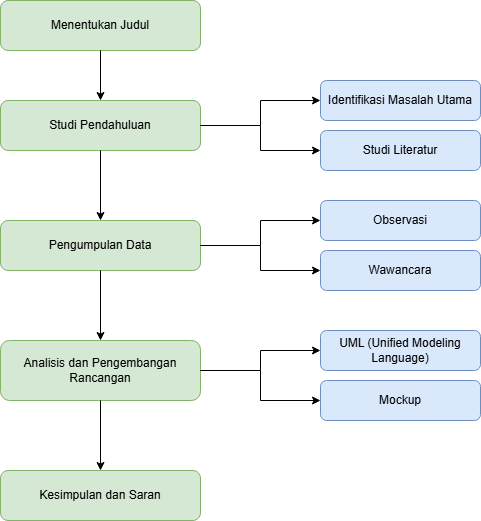
This is diagramflowchart.drawio.png from Mrmgnt/diagram-kp, a draw.io export, as it was before one commit. Source tidied: cells renumbered, new cells last; positions are measured from the earlier drawing's top-left corner, leaving out a move shared by most shapes. The source it was exported from:
```xml
<mxGraphModel>
  <root>
    <mxCell id="0" />
    <mxCell id="1" parent="0" />
    <mxCell id="2" value="Menentukan Judul" style="rounded=1;whiteSpace=wrap;html=1;fillColor=#d5e8d4;strokeColor=#82b366;" parent="1" vertex="1">
      <mxGeometry width="200" height="50" as="geometry" />
    </mxCell>
    <mxCell id="3" value="Studi Pendahuluan" style="rounded=1;whiteSpace=wrap;html=1;fillColor=#d5e8d4;strokeColor=#82b366;" parent="1" vertex="1">
      <mxGeometry y="100" width="200" height="50" as="geometry" />
    </mxCell>
    <mxCell id="4" value="Pengumpulan Data" style="rounded=1;whiteSpace=wrap;html=1;fillColor=#d5e8d4;strokeColor=#82b366;" parent="1" vertex="1">
      <mxGeometry y="220" width="200" height="50" as="geometry" />
    </mxCell>
    <mxCell id="5" value="Analisis dan Pengembangan Rancangan" style="rounded=1;whiteSpace=wrap;html=1;fillColor=#d5e8d4;strokeColor=#82b366;" parent="1" vertex="1">
      <mxGeometry y="340" width="200" height="60" as="geometry" />
    </mxCell>
    <mxCell id="6" value="Kesimpulan dan Saran" style="rounded=1;whiteSpace=wrap;html=1;fillColor=#d5e8d4;strokeColor=#82b366;" parent="1" vertex="1">
      <mxGeometry y="470" width="200" height="50" as="geometry" />
    </mxCell>
    <mxCell id="7" value="Identifikasi Masalah Utama" style="rounded=1;whiteSpace=wrap;html=1;fillColor=#dae8fc;strokeColor=#6c8ebf;" parent="1" vertex="1">
      <mxGeometry x="320" y="80" width="160" height="40" as="geometry" />
    </mxCell>
    <mxCell id="8" value="Studi Literatur" style="rounded=1;whiteSpace=wrap;html=1;fillColor=#dae8fc;strokeColor=#6c8ebf;" parent="1" vertex="1">
      <mxGeometry x="320" y="130" width="160" height="40" as="geometry" />
    </mxCell>
    <mxCell id="9" value="Observasi" style="rounded=1;whiteSpace=wrap;html=1;fillColor=#dae8fc;strokeColor=#6c8ebf;" parent="1" vertex="1">
      <mxGeometry x="320" y="200" width="160" height="40" as="geometry" />
    </mxCell>
    <mxCell id="10" value="Wawancara" style="rounded=1;whiteSpace=wrap;html=1;fillColor=#dae8fc;strokeColor=#6c8ebf;" parent="1" vertex="1">
      <mxGeometry x="320" y="250" width="160" height="40" as="geometry" />
    </mxCell>
    <mxCell id="11" value="UML (Unified Modeling Language)" style="rounded=1;whiteSpace=wrap;html=1;fillColor=#dae8fc;strokeColor=#6c8ebf;" parent="1" vertex="1">
      <mxGeometry x="320" y="330" width="160" height="40" as="geometry" />
    </mxCell>
    <mxCell id="12" value="Mockup" style="rounded=1;whiteSpace=wrap;html=1;fillColor=#dae8fc;strokeColor=#6c8ebf;" parent="1" vertex="1">
      <mxGeometry x="320" y="380" width="160" height="40" as="geometry" />
    </mxCell>
    <mxCell id="13" style="edgeStyle=orthogonalEdgeStyle;rounded=0;jettySize=auto;html=1;exitX=0.5;exitY=1;exitDx=0;exitDy=0;entryX=0.5;entryY=0;entryDx=0;entryDy=0;" parent="1" edge="1" source="2" target="3">
      <mxGeometry relative="1" as="geometry" />
    </mxCell>
    <mxCell id="14" style="edgeStyle=orthogonalEdgeStyle;rounded=0;jettySize=auto;html=1;exitX=0.5;exitY=1;exitDx=0;exitDy=0;entryX=0.5;entryY=0;entryDx=0;entryDy=0;" parent="1" edge="1" source="3" target="4">
      <mxGeometry relative="1" as="geometry" />
    </mxCell>
    <mxCell id="15" style="edgeStyle=orthogonalEdgeStyle;rounded=0;jettySize=auto;html=1;exitX=0.5;exitY=1;exitDx=0;exitDy=0;entryX=0.5;entryY=0;entryDx=0;entryDy=0;" parent="1" edge="1" source="4" target="5">
      <mxGeometry relative="1" as="geometry" />
    </mxCell>
    <mxCell id="16" style="edgeStyle=orthogonalEdgeStyle;rounded=0;jettySize=auto;html=1;exitX=0.5;exitY=1;exitDx=0;exitDy=0;entryX=0.5;entryY=0;entryDx=0;entryDy=0;" parent="1" edge="1" source="5" target="6">
      <mxGeometry relative="1" as="geometry" />
    </mxCell>
    <mxCell id="17" style="edgeStyle=orthogonalEdgeStyle;rounded=0;jettySize=auto;html=1;exitX=1;exitY=0.5;exitDx=0;exitDy=0;entryX=0;entryY=0.5;entryDx=0;entryDy=0;" parent="1" edge="1" source="3" target="7">
      <mxGeometry relative="1" as="geometry" />
    </mxCell>
    <mxCell id="18" style="edgeStyle=orthogonalEdgeStyle;rounded=0;jettySize=auto;html=1;exitX=1;exitY=0.5;exitDx=0;exitDy=0;entryX=0;entryY=0.5;entryDx=0;entryDy=0;" parent="1" edge="1" source="3" target="8">
      <mxGeometry relative="1" as="geometry" />
    </mxCell>
    <mxCell id="19" style="edgeStyle=orthogonalEdgeStyle;rounded=0;jettySize=auto;html=1;exitX=1;exitY=0.5;exitDx=0;exitDy=0;entryX=0;entryY=0.5;entryDx=0;entryDy=0;" parent="1" edge="1" source="4" target="9">
      <mxGeometry relative="1" as="geometry" />
    </mxCell>
    <mxCell id="20" style="edgeStyle=orthogonalEdgeStyle;rounded=0;jettySize=auto;html=1;exitX=1;exitY=0.5;exitDx=0;exitDy=0;entryX=0;entryY=0.5;entryDx=0;entryDy=0;" parent="1" edge="1" source="4" target="10">
      <mxGeometry relative="1" as="geometry" />
    </mxCell>
    <mxCell id="21" style="edgeStyle=orthogonalEdgeStyle;rounded=0;jettySize=auto;html=1;exitX=1;exitY=0.5;exitDx=0;exitDy=0;entryX=0;entryY=0.5;entryDx=0;entryDy=0;" parent="1" edge="1" source="5" target="11">
      <mxGeometry relative="1" as="geometry" />
    </mxCell>
    <mxCell id="22" style="edgeStyle=orthogonalEdgeStyle;rounded=0;jettySize=auto;html=1;exitX=1;exitY=0.5;exitDx=0;exitDy=0;entryX=0;entryY=0.5;entryDx=0;entryDy=0;" parent="1" edge="1" source="5" target="12">
      <mxGeometry relative="1" as="geometry" />
    </mxCell>
  </root>
</mxGraphModel>
```
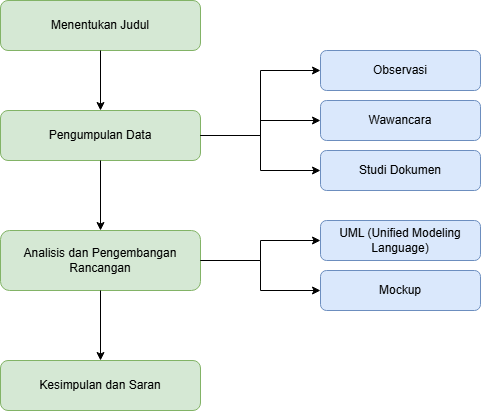
Later version of the same file.

Diff of the diagram source:
```diff
@@ -3,11 +3,8 @@
     <mxCell id="0" />
     <mxCell id="1" parent="0" />
     <mxCell id="2" value="Menentukan Judul" style="rounded=1;whiteSpace=wrap;html=1;fillColor=#d5e8d4;strokeColor=#82b366;" parent="1" vertex="1">
-      <mxGeometry width="200" height="50" as="geometry" />
+      <mxGeometry y="110" width="200" height="50" as="geometry" />
     </mxCell>
-    <mxCell id="3" value="Studi Pendahuluan" style="rounded=1;whiteSpace=wrap;html=1;fillColor=#d5e8d4;strokeColor=#82b366;" parent="1" vertex="1">
-      <mxGeometry y="100" width="200" height="50" as="geometry" />
-    </mxCell>
     <mxCell id="4" value="Pengumpulan Data" style="rounded=1;whiteSpace=wrap;html=1;fillColor=#d5e8d4;strokeColor=#82b366;" parent="1" vertex="1">
       <mxGeometry y="220" width="200" height="50" as="geometry" />
     </mxCell>
@@ -17,17 +14,11 @@
     <mxCell id="6" value="Kesimpulan dan Saran" style="rounded=1;whiteSpace=wrap;html=1;fillColor=#d5e8d4;strokeColor=#82b366;" parent="1" vertex="1">
       <mxGeometry y="470" width="200" height="50" as="geometry" />
     </mxCell>
-    <mxCell id="7" value="Identifikasi Masalah Utama" style="rounded=1;whiteSpace=wrap;html=1;fillColor=#dae8fc;strokeColor=#6c8ebf;" parent="1" vertex="1">
-      <mxGeometry x="320" y="80" width="160" height="40" as="geometry" />
-    </mxCell>
-    <mxCell id="8" value="Studi Literatur" style="rounded=1;whiteSpace=wrap;html=1;fillColor=#dae8fc;strokeColor=#6c8ebf;" parent="1" vertex="1">
-      <mxGeometry x="320" y="130" width="160" height="40" as="geometry" />
-    </mxCell>
     <mxCell id="9" value="Observasi" style="rounded=1;whiteSpace=wrap;html=1;fillColor=#dae8fc;strokeColor=#6c8ebf;" parent="1" vertex="1">
-      <mxGeometry x="320" y="200" width="160" height="40" as="geometry" />
+      <mxGeometry x="320" y="160" width="160" height="40" as="geometry" />
     </mxCell>
     <mxCell id="10" value="Wawancara" style="rounded=1;whiteSpace=wrap;html=1;fillColor=#dae8fc;strokeColor=#6c8ebf;" parent="1" vertex="1">
-      <mxGeometry x="320" y="250" width="160" height="40" as="geometry" />
+      <mxGeometry x="320" y="210" width="160" height="40" as="geometry" />
     </mxCell>
     <mxCell id="11" value="UML (Unified Modeling Language)" style="rounded=1;whiteSpace=wrap;html=1;fillColor=#dae8fc;strokeColor=#6c8ebf;" parent="1" vertex="1">
       <mxGeometry x="320" y="330" width="160" height="40" as="geometry" />
@@ -35,10 +26,7 @@
     <mxCell id="12" value="Mockup" style="rounded=1;whiteSpace=wrap;html=1;fillColor=#dae8fc;strokeColor=#6c8ebf;" parent="1" vertex="1">
       <mxGeometry x="320" y="380" width="160" height="40" as="geometry" />
     </mxCell>
-    <mxCell id="13" style="edgeStyle=orthogonalEdgeStyle;rounded=0;jettySize=auto;html=1;exitX=0.5;exitY=1;exitDx=0;exitDy=0;entryX=0.5;entryY=0;entryDx=0;entryDy=0;" parent="1" edge="1" source="2" target="3">
-      <mxGeometry relative="1" as="geometry" />
-    </mxCell>
-    <mxCell id="14" style="edgeStyle=orthogonalEdgeStyle;rounded=0;jettySize=auto;html=1;exitX=0.5;exitY=1;exitDx=0;exitDy=0;entryX=0.5;entryY=0;entryDx=0;entryDy=0;" parent="1" edge="1" source="3" target="4">
+    <mxCell id="14" style="edgeStyle=orthogonalEdgeStyle;rounded=0;jettySize=auto;html=1;entryX=0.5;entryY=0;entryDx=0;entryDy=0;" parent="1" edge="1" source="2" target="4">
       <mxGeometry relative="1" as="geometry" />
     </mxCell>
     <mxCell id="15" style="edgeStyle=orthogonalEdgeStyle;rounded=0;jettySize=auto;html=1;exitX=0.5;exitY=1;exitDx=0;exitDy=0;entryX=0.5;entryY=0;entryDx=0;entryDy=0;" parent="1" edge="1" source="4" target="5">
@@ -47,12 +35,6 @@
     <mxCell id="16" style="edgeStyle=orthogonalEdgeStyle;rounded=0;jettySize=auto;html=1;exitX=0.5;exitY=1;exitDx=0;exitDy=0;entryX=0.5;entryY=0;entryDx=0;entryDy=0;" parent="1" edge="1" source="5" target="6">
       <mxGeometry relative="1" as="geometry" />
     </mxCell>
-    <mxCell id="17" style="edgeStyle=orthogonalEdgeStyle;rounded=0;jettySize=auto;html=1;exitX=1;exitY=0.5;exitDx=0;exitDy=0;entryX=0;entryY=0.5;entryDx=0;entryDy=0;" parent="1" edge="1" source="3" target="7">
-      <mxGeometry relative="1" as="geometry" />
-    </mxCell>
-    <mxCell id="18" style="edgeStyle=orthogonalEdgeStyle;rounded=0;jettySize=auto;html=1;exitX=1;exitY=0.5;exitDx=0;exitDy=0;entryX=0;entryY=0.5;entryDx=0;entryDy=0;" parent="1" edge="1" source="3" target="8">
-      <mxGeometry relative="1" as="geometry" />
-    </mxCell>
     <mxCell id="19" style="edgeStyle=orthogonalEdgeStyle;rounded=0;jettySize=auto;html=1;exitX=1;exitY=0.5;exitDx=0;exitDy=0;entryX=0;entryY=0.5;entryDx=0;entryDy=0;" parent="1" edge="1" source="4" target="9">
       <mxGeometry relative="1" as="geometry" />
     </mxCell>
@@ -65,5 +47,11 @@
     <mxCell id="22" style="edgeStyle=orthogonalEdgeStyle;rounded=0;jettySize=auto;html=1;exitX=1;exitY=0.5;exitDx=0;exitDy=0;entryX=0;entryY=0.5;entryDx=0;entryDy=0;" parent="1" edge="1" source="5" target="12">
       <mxGeometry relative="1" as="geometry" />
     </mxCell>
+    <mxCell id="23" value="Studi Dokumen" style="rounded=1;whiteSpace=wrap;html=1;fillColor=#dae8fc;strokeColor=#6c8ebf;" parent="1" vertex="1">
+      <mxGeometry x="320" y="260" width="160" height="40" as="geometry" />
+    </mxCell>
+    <mxCell id="24" style="endArrow=classic;html=1;rounded=0;entryX=0;entryY=0.5;entryDx=0;entryDy=0;exitX=1;exitY=0.5;exitDx=0;exitDy=0;edgeStyle=orthogonalEdgeStyle;" parent="1" edge="1" source="4" target="23">
+      <mxGeometry relative="1" as="geometry" />
+    </mxCell>
   </root>
 </mxGraphModel>
```
